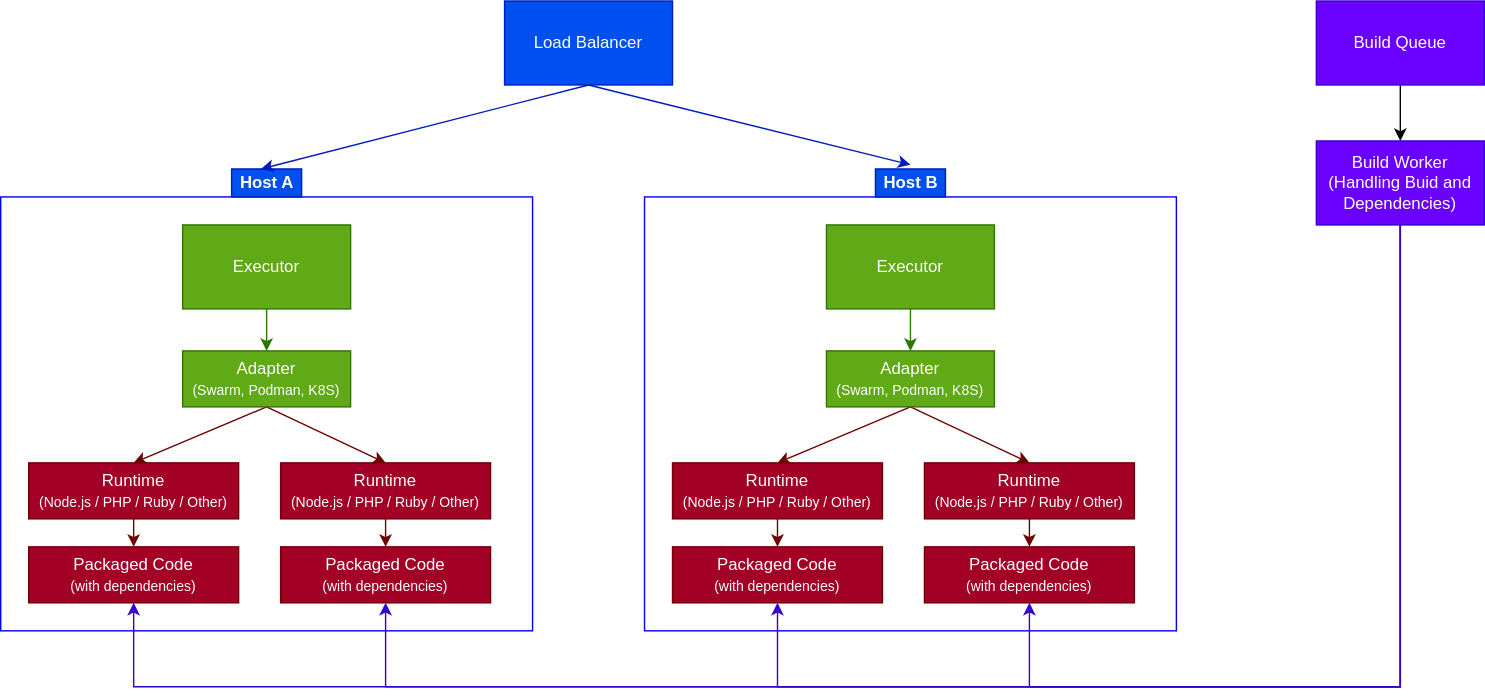
This is architecture.v1.drawio.svg from open-runtimes/open-runtimes, a draw.io export, as it was before one commit. Source tidied: cells renumbered, new cells last; positions are measured from the earlier drawing's top-left corner, leaving out a move shared by most shapes.
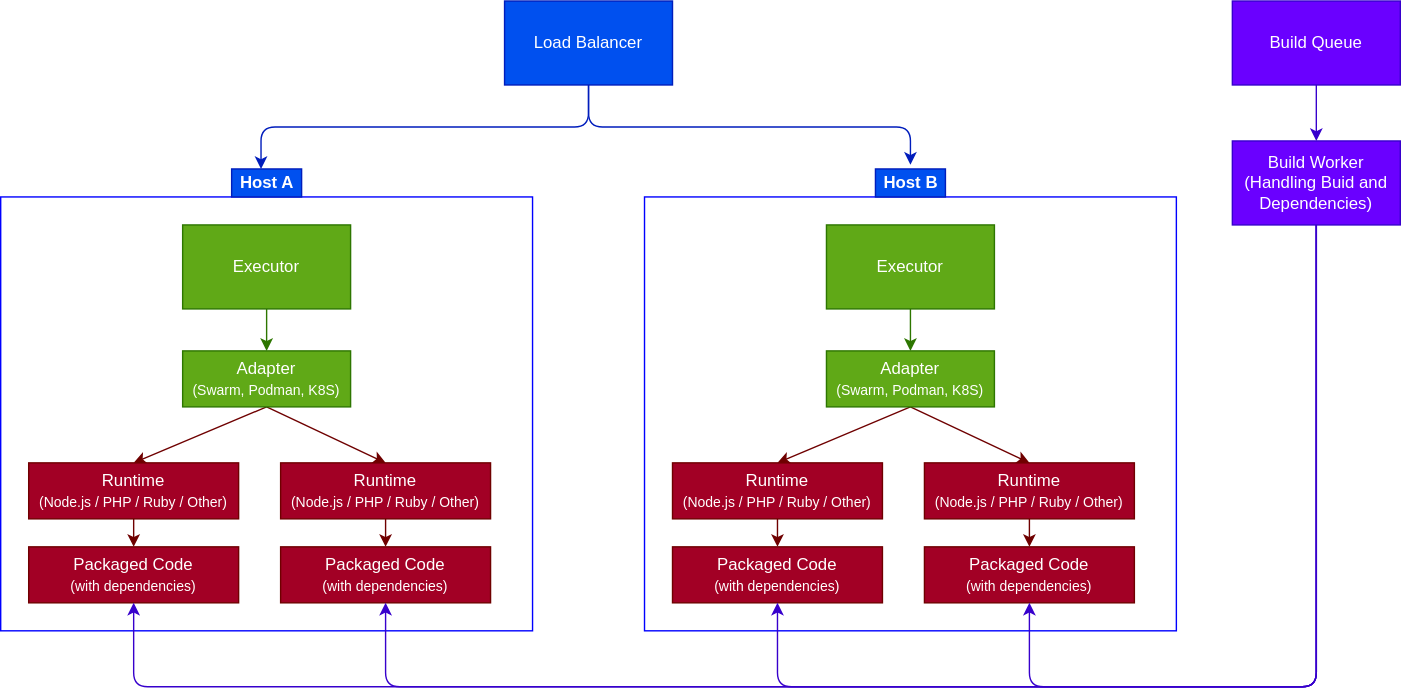
After the change.

The edit, as a diff of the source:
```diff
@@ -68,10 +68,10 @@
     <mxCell id="23" value="Runtime&lt;br&gt;&lt;font style=&quot;font-size: 10px&quot;&gt;(Node.js / PHP / Ruby / Other)&lt;/font&gt;" style="rounded=0;whiteSpace=wrap;html=1;fillColor=#a20025;fontColor=#ffffff;strokeColor=#6F0000;" parent="1" vertex="1">
       <mxGeometry x="660" y="330" width="150" height="40" as="geometry" />
     </mxCell>
-    <mxCell id="24" style="edgeStyle=none;rounded=1;html=1;exitX=0.5;exitY=1;exitDx=0;exitDy=0;entryX=0.42;entryY=0;entryDx=0;entryDy=0;entryPerimeter=0;fontSize=10;fillColor=#0050ef;strokeColor=#001DBC;" parent="1" edge="1" source="26" target="8">
+    <mxCell id="24" style="edgeStyle=orthogonalEdgeStyle;rounded=1;html=1;exitX=0.5;exitY=1;exitDx=0;exitDy=0;entryX=0.42;entryY=0;entryDx=0;entryDy=0;entryPerimeter=0;fontSize=10;fillColor=#0050ef;strokeColor=#001DBC;" parent="1" edge="1" source="26" target="8">
       <mxGeometry relative="1" as="geometry" />
     </mxCell>
-    <mxCell id="25" style="edgeStyle=none;rounded=1;html=1;exitX=0.5;exitY=1;exitDx=0;exitDy=0;entryX=0.5;entryY=-0.15;entryDx=0;entryDy=0;entryPerimeter=0;fontSize=10;fillColor=#0050ef;strokeColor=#001DBC;" parent="1" edge="1" source="26" target="19">
+    <mxCell id="25" style="edgeStyle=orthogonalEdgeStyle;rounded=1;html=1;exitX=0.5;exitY=1;exitDx=0;exitDy=0;entryX=0.5;entryY=-0.15;entryDx=0;entryDy=0;entryPerimeter=0;fontSize=10;fillColor=#0050ef;strokeColor=#001DBC;" parent="1" edge="1" source="26" target="19">
       <mxGeometry relative="1" as="geometry" />
     </mxCell>
     <mxCell id="26" value="Load Balancer" style="rounded=0;whiteSpace=wrap;html=1;fillColor=#0050ef;fontColor=#ffffff;strokeColor=#001DBC;" parent="1" vertex="1">
@@ -89,46 +89,46 @@
     <mxCell id="30" value="&lt;font&gt;Packaged Code&lt;br&gt;&lt;/font&gt;&lt;font style=&quot;font-size: 10px&quot;&gt;(with dependencies)&lt;/font&gt;" style="rounded=0;whiteSpace=wrap;html=1;fillColor=#a20025;fontColor=#ffffff;strokeColor=#6F0000;" parent="1" vertex="1">
       <mxGeometry x="660" y="390" width="150" height="40" as="geometry" />
     </mxCell>
-    <mxCell id="31" style="edgeStyle=none;html=1;" parent="1" edge="1" source="32" target="37">
+    <mxCell id="31" style="edgeStyle=none;html=1;fillColor=#6a00ff;strokeColor=#3700CC;" parent="1" edge="1" source="32" target="37">
       <mxGeometry relative="1" as="geometry" />
     </mxCell>
     <mxCell id="32" value="Build Queue" style="rounded=0;whiteSpace=wrap;html=1;fillColor=#6a00ff;fontColor=#ffffff;strokeColor=#3700CC;" parent="1" vertex="1">
-      <mxGeometry x="940" width="120" height="60" as="geometry" />
+      <mxGeometry x="880" width="120" height="60" as="geometry" />
     </mxCell>
-    <mxCell id="33" style="edgeStyle=orthogonalEdgeStyle;html=1;exitX=0.5;exitY=1;exitDx=0;exitDy=0;entryX=0.5;entryY=1;entryDx=0;entryDy=0;rounded=0;fillColor=#6a00ff;strokeColor=#3700CC;" parent="1" edge="1" source="37" target="30">
+    <mxCell id="33" style="edgeStyle=orthogonalEdgeStyle;html=1;exitX=0.5;exitY=1;exitDx=0;exitDy=0;entryX=0.5;entryY=1;entryDx=0;entryDy=0;rounded=1;fillColor=#6a00ff;strokeColor=#3700CC;" parent="1" edge="1" source="37" target="30">
       <mxGeometry relative="1" as="geometry">
         <Array as="points">
-          <mxPoint x="1000" y="490" />
+          <mxPoint x="940" y="490" />
           <mxPoint x="735" y="490" />
         </Array>
       </mxGeometry>
     </mxCell>
-    <mxCell id="34" style="edgeStyle=orthogonalEdgeStyle;rounded=0;html=1;exitX=0.5;exitY=1;exitDx=0;exitDy=0;entryX=0.5;entryY=1;entryDx=0;entryDy=0;fillColor=#6a00ff;strokeColor=#3700CC;" parent="1" edge="1" source="37" target="29">
+    <mxCell id="34" style="edgeStyle=orthogonalEdgeStyle;rounded=1;html=1;exitX=0.5;exitY=1;exitDx=0;exitDy=0;entryX=0.5;entryY=1;entryDx=0;entryDy=0;fillColor=#6a00ff;strokeColor=#3700CC;" parent="1" edge="1" source="37" target="29">
       <mxGeometry relative="1" as="geometry">
         <Array as="points">
-          <mxPoint x="1000" y="490" />
+          <mxPoint x="940" y="490" />
           <mxPoint x="555" y="490" />
         </Array>
       </mxGeometry>
     </mxCell>
-    <mxCell id="35" style="edgeStyle=orthogonalEdgeStyle;rounded=0;html=1;exitX=0.5;exitY=1;exitDx=0;exitDy=0;entryX=0.5;entryY=1;entryDx=0;entryDy=0;fillColor=#6a00ff;strokeColor=#3700CC;" parent="1" edge="1" source="37" target="28">
+    <mxCell id="35" style="edgeStyle=orthogonalEdgeStyle;rounded=1;html=1;exitX=0.5;exitY=1;exitDx=0;exitDy=0;entryX=0.5;entryY=1;entryDx=0;entryDy=0;fillColor=#6a00ff;strokeColor=#3700CC;" parent="1" edge="1" source="37" target="28">
       <mxGeometry relative="1" as="geometry">
         <Array as="points">
-          <mxPoint x="1000" y="490" />
+          <mxPoint x="940" y="490" />
           <mxPoint x="275" y="490" />
         </Array>
       </mxGeometry>
     </mxCell>
-    <mxCell id="36" style="edgeStyle=orthogonalEdgeStyle;rounded=0;html=1;exitX=0.5;exitY=1;exitDx=0;exitDy=0;entryX=0.5;entryY=1;entryDx=0;entryDy=0;fillColor=#6a00ff;strokeColor=#3700CC;" parent="1" edge="1" source="37" target="27">
+    <mxCell id="36" style="edgeStyle=orthogonalEdgeStyle;rounded=1;html=1;exitX=0.5;exitY=1;exitDx=0;exitDy=0;entryX=0.5;entryY=1;entryDx=0;entryDy=0;fillColor=#6a00ff;strokeColor=#3700CC;" parent="1" edge="1" source="37" target="27">
       <mxGeometry relative="1" as="geometry">
         <Array as="points">
-          <mxPoint x="1000" y="490" />
+          <mxPoint x="940" y="490" />
           <mxPoint x="95" y="490" />
         </Array>
       </mxGeometry>
     </mxCell>
     <mxCell id="37" value="Build Worker&lt;br&gt;(Handling Buid and Dependencies)" style="rounded=0;whiteSpace=wrap;html=1;fillColor=#6a00ff;fontColor=#ffffff;strokeColor=#3700CC;" parent="1" vertex="1">
-      <mxGeometry x="940" y="100" width="120" height="60" as="geometry" />
+      <mxGeometry x="880" y="100" width="120" height="60" as="geometry" />
     </mxCell>
   </root>
 </mxGraphModel>
```
